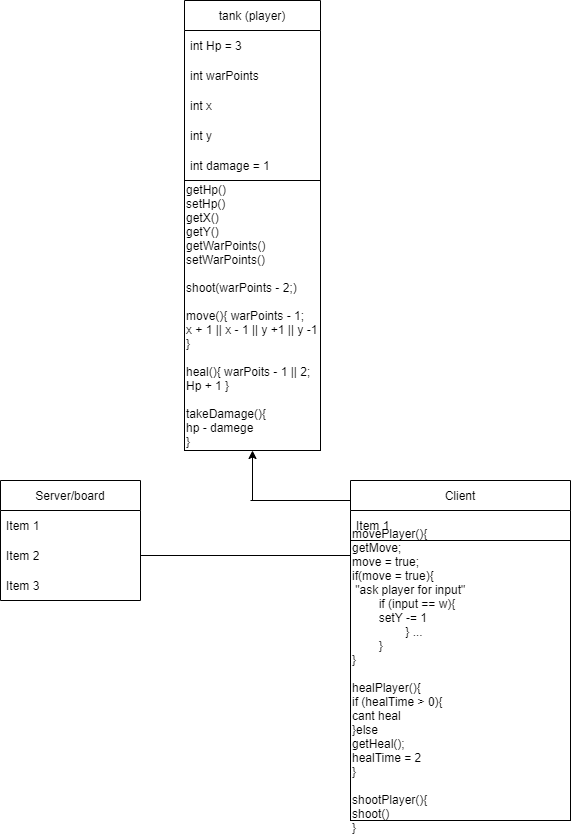
The draw.io diagram document/Untitled Diagram.drawio.png in Timpan42/slutprojekt_programering_2023, before a commit. Source tidied: cells renumbered, new cells last; positions are measured from the earlier drawing's top-left corner, leaving out a move shared by most shapes.
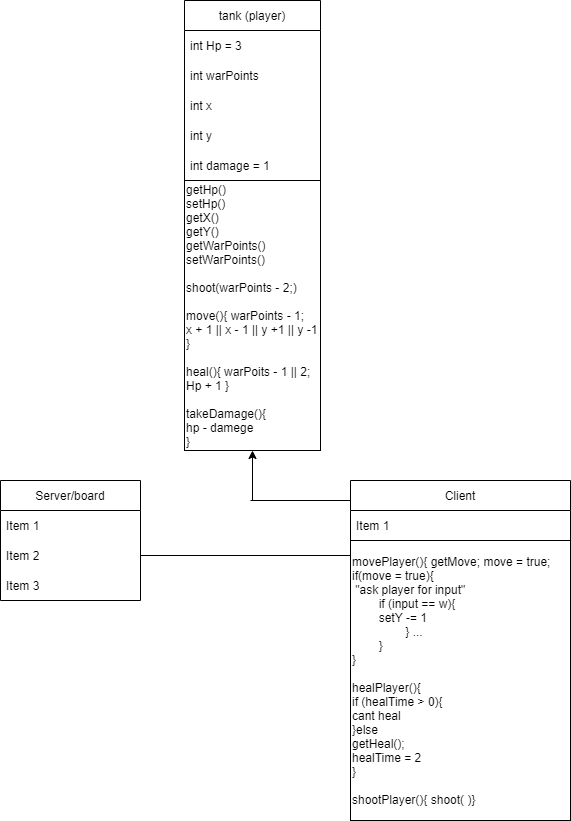
The same file after the commit.

Change to the diagram source:
```diff
@@ -41,7 +41,7 @@
     <mxCell id="14" value="Item 1" style="text;strokeColor=none;fillColor=none;align=left;verticalAlign=middle;spacingLeft=4;spacingRight=4;overflow=hidden;whiteSpace=wrap;html=1;" parent="13" vertex="1">
       <mxGeometry y="30" width="220" height="30" as="geometry" />
     </mxCell>
-    <mxCell id="15" value="movePlayer(){&lt;br&gt;getMove;&lt;br&gt;move = true;&lt;br&gt;if(move = true){&lt;br&gt;&amp;nbsp;&quot;ask player for input&quot;&amp;nbsp;&lt;br&gt;&lt;span style=&quot;white-space: pre;&quot;&gt;&#9;&lt;/span&gt;if (input == w){&lt;br&gt;&lt;span style=&quot;white-space: pre;&quot;&gt;&#9;&lt;/span&gt;setY -= 1&lt;br&gt;&lt;span style=&quot;white-space: pre;&quot;&gt;&#9;&lt;/span&gt;&lt;span style=&quot;white-space: pre;&quot;&gt;&#9;&lt;/span&gt;} ...&lt;br&gt;&lt;span style=&quot;white-space: pre;&quot;&gt;&#9;&lt;/span&gt;}&lt;br&gt;}&lt;br&gt;&lt;br&gt;healPlayer(){&lt;br&gt;if (healTime &amp;gt; 0){&lt;br&gt;cant heal&lt;br&gt;}else&lt;br&gt;getHeal();&lt;br&gt;healTime = 2&lt;br&gt;}&lt;br&gt;&lt;br&gt;shootPlayer(){&lt;br&gt;shoot()&lt;br&gt;}" style="rounded=0;whiteSpace=wrap;html=1;align=left;fillColor=default;" parent="13" vertex="1">
+    <mxCell id="15" value="movePlayer(){ getMove; move = true;&lt;br&gt;if(move = true){&lt;br&gt;&amp;nbsp;&quot;ask player for input&quot;&amp;nbsp;&lt;br&gt;&lt;span style=&quot;white-space: pre;&quot;&gt;&#9;&lt;/span&gt;if (input == w){&lt;br&gt;&lt;span style=&quot;white-space: pre;&quot;&gt;&#9;&lt;/span&gt;setY -= 1&lt;br&gt;&lt;span style=&quot;white-space: pre;&quot;&gt;&#9;&lt;/span&gt;&lt;span style=&quot;white-space: pre;&quot;&gt;&#9;&lt;/span&gt;} ...&lt;br&gt;&lt;span style=&quot;white-space: pre;&quot;&gt;&#9;&lt;/span&gt;}&lt;br&gt;}&lt;br&gt;&lt;br&gt;healPlayer(){&lt;br&gt;if (healTime &amp;gt; 0){&lt;br&gt;cant heal&lt;br&gt;}else&lt;br&gt;getHeal();&lt;br&gt;healTime = 2&lt;br&gt;}&lt;br&gt;&lt;br&gt;shootPlayer(){ shoot( )}" style="rounded=0;whiteSpace=wrap;html=1;align=left;fillColor=default;" parent="13" vertex="1">
       <mxGeometry y="60" width="220" height="280" as="geometry" />
     </mxCell>
     <mxCell id="16" style="endArrow=classic;html=1;rounded=0;" parent="1" edge="1">
```
